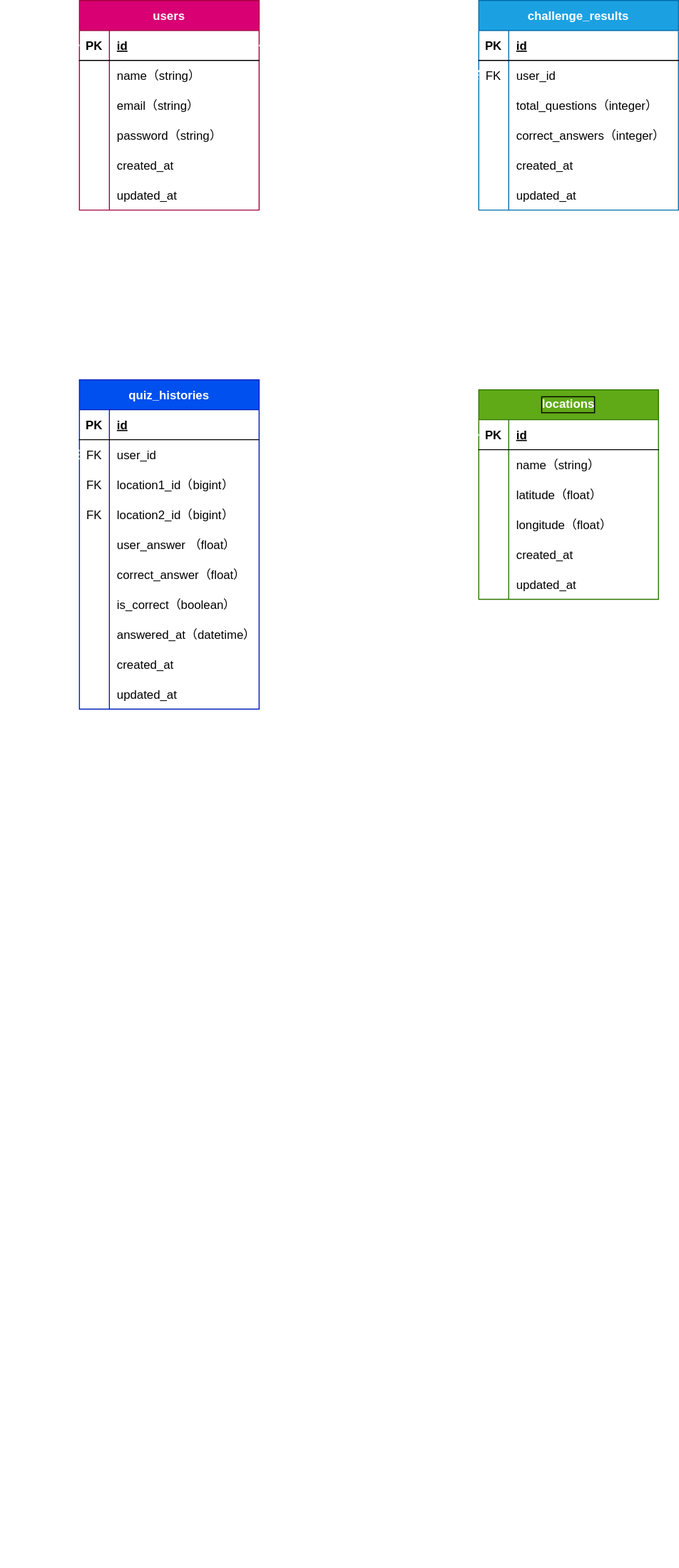
Earlier version of the draw.io export ER_diagram.drawio.svg (miki-hayashi-71/KABUNOMI). Source tidied: cells renumbered, new cells last; positions are measured from the earlier drawing's top-left corner, leaving out a move shared by most shapes.
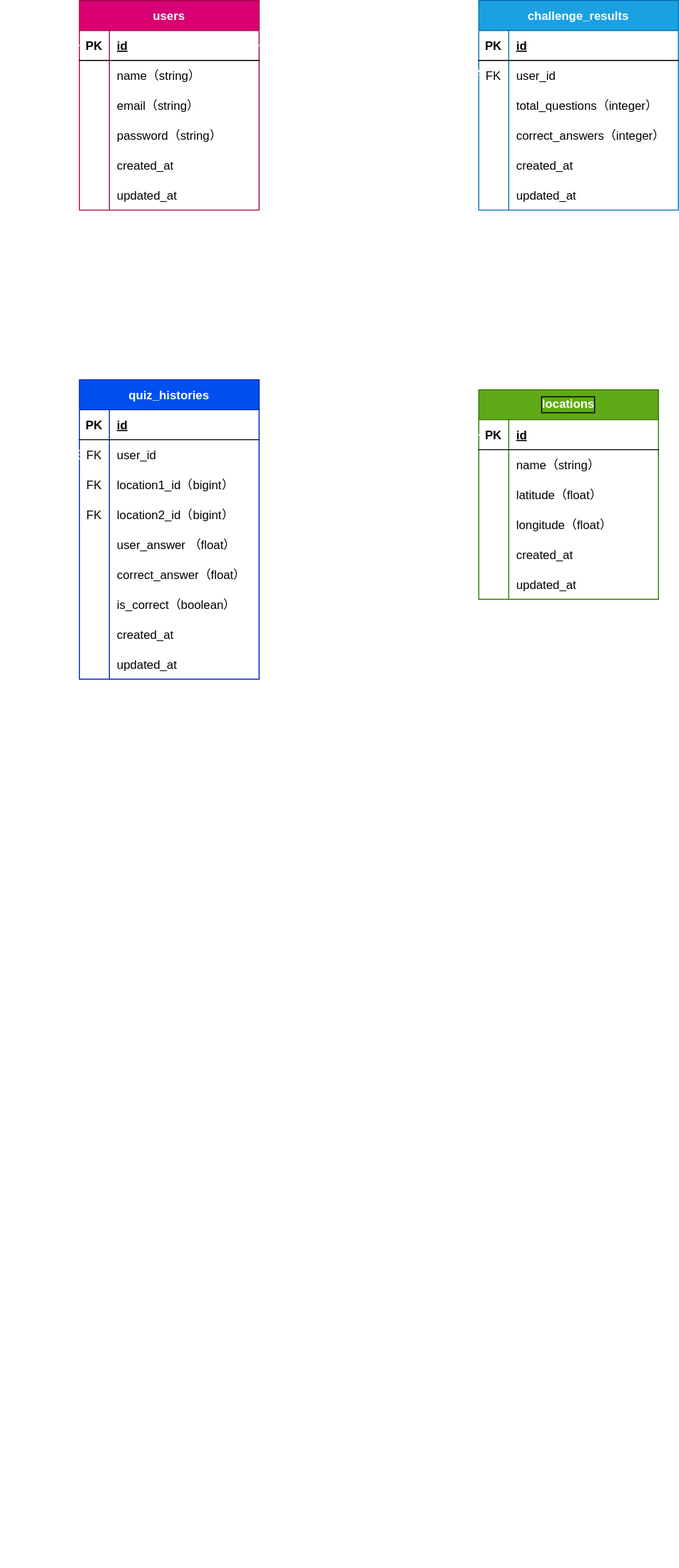
After the commit.

The edit, as a diff of the source:
```diff
@@ -123,7 +123,7 @@
       <mxGeometry x="30" width="150" height="30" as="geometry" />
     </mxCell>
     <mxCell id="42" value="quiz_histories" style="shape=table;startSize=30;rowLines=0;fontStyle=1;align=center;fillColor=#0050ef;strokeColor=#001DBC;fontColor=#ffffff;" parent="1" vertex="1">
-      <mxGeometry x="70" y="380" width="180" height="330" as="geometry" />
+      <mxGeometry x="70" y="380" width="180" height="300" as="geometry" />
     </mxCell>
     <mxCell id="43" style="shape=tableRow;horizontal=0;startSize=0;swimlaneHead=0;swimlaneBody=0;fillColor=none;top=0;left=0;right=0;bottom=1;" parent="42" vertex="1">
       <mxGeometry y="30" width="180" height="30" as="geometry" />
@@ -188,17 +188,8 @@
     <mxCell id="63" value="is_correct（boolean）" style="shape=partialRectangle;fillColor=none;top=0;left=0;bottom=0;right=0;align=left;spacingLeft=6;overflow=hidden;" parent="61" vertex="1">
       <mxGeometry x="30" width="150" height="30" as="geometry" />
     </mxCell>
-    <mxCell id="64" style="shape=tableRow;horizontal=0;startSize=0;swimlaneHead=0;swimlaneBody=0;fillColor=none;top=0;left=0;right=0;bottom=0;" parent="42" vertex="1">
-      <mxGeometry y="240" width="180" height="30" as="geometry" />
-    </mxCell>
-    <mxCell id="65" style="shape=partialRectangle;fillColor=none;top=0;left=0;bottom=0;right=0;overflow=hidden;" parent="64" vertex="1">
-      <mxGeometry width="30" height="30" as="geometry" />
-    </mxCell>
-    <mxCell id="66" value="answered_at（datetime）" style="shape=partialRectangle;fillColor=none;top=0;left=0;bottom=0;right=0;align=left;spacingLeft=6;overflow=hidden;" parent="64" vertex="1">
-      <mxGeometry x="30" width="150" height="30" as="geometry" />
-    </mxCell>
     <mxCell id="67" style="shape=tableRow;horizontal=0;startSize=0;swimlaneHead=0;swimlaneBody=0;fillColor=none;top=0;left=0;right=0;bottom=0;" parent="42" vertex="1">
-      <mxGeometry y="270" width="180" height="30" as="geometry" />
+      <mxGeometry y="240" width="180" height="30" as="geometry" />
     </mxCell>
     <mxCell id="68" style="shape=partialRectangle;fillColor=none;top=0;left=0;bottom=0;right=0;overflow=hidden;" parent="67" vertex="1">
       <mxGeometry width="30" height="30" as="geometry" />
@@ -207,7 +198,7 @@
       <mxGeometry x="30" width="150" height="30" as="geometry" />
     </mxCell>
     <mxCell id="70" style="shape=tableRow;horizontal=0;startSize=0;swimlaneHead=0;swimlaneBody=0;fillColor=none;top=0;left=0;right=0;bottom=0;" parent="42" vertex="1">
-      <mxGeometry y="300" width="180" height="30" as="geometry" />
+      <mxGeometry y="270" width="180" height="30" as="geometry" />
     </mxCell>
     <mxCell id="71" style="shape=partialRectangle;fillColor=none;top=0;left=0;bottom=0;right=0;overflow=hidden;" parent="70" vertex="1">
       <mxGeometry width="30" height="30" as="geometry" />
```
